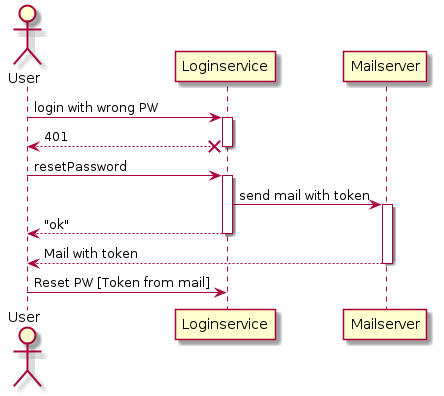
Before: resetpw.png, a diagram exported from PlantUML (phuhl/apparts-login-server).
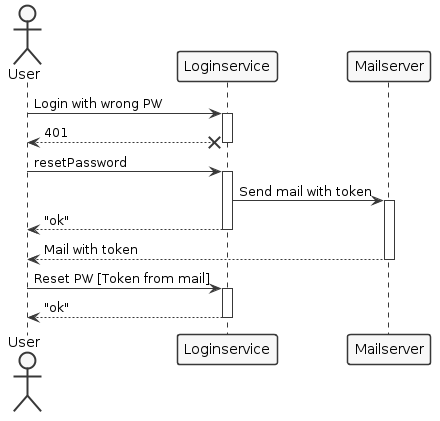
Later version of the same file.

What changed in the source:
```diff
@@ -1,14 +1,17 @@
 @startuml
 actor User
+skinparam roundcorner 5
+skinparam monochrome true
+skinparam shadowing false
 
-User -> Loginservice : login with wrong PW
+User -> Loginservice : Login with wrong PW
 activate Loginservice
 User <--x Loginservice : 401
 deactivate Loginservice
 
 User -> Loginservice : resetPassword
 activate Loginservice
-Loginservice -> Mailserver : send mail with token
+Loginservice -> Mailserver : Send mail with token
 activate Mailserver
 User <-- Loginservice : "ok"
 deactivate Loginservice
@@ -16,5 +19,8 @@
 deactivate Mailserver
 
 User -> Loginservice : Reset PW [Token from mail]
+activate Loginservice
+User <-- Loginservice : "ok"
+deactivate Loginservice
 
 @enduml
```
